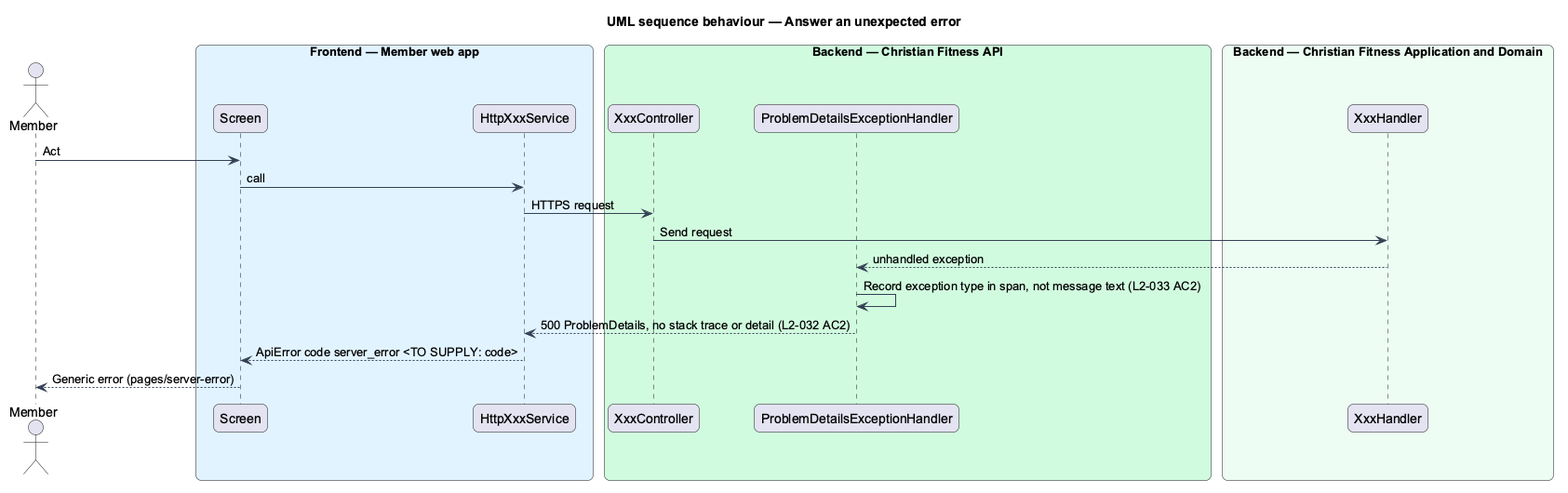
Before: docs/detailed-designs/security/validate-input/diagrams/sequence-unexpected-error.png, a diagram exported from PlantUML (QuinntyneBrown/christian-fitness).
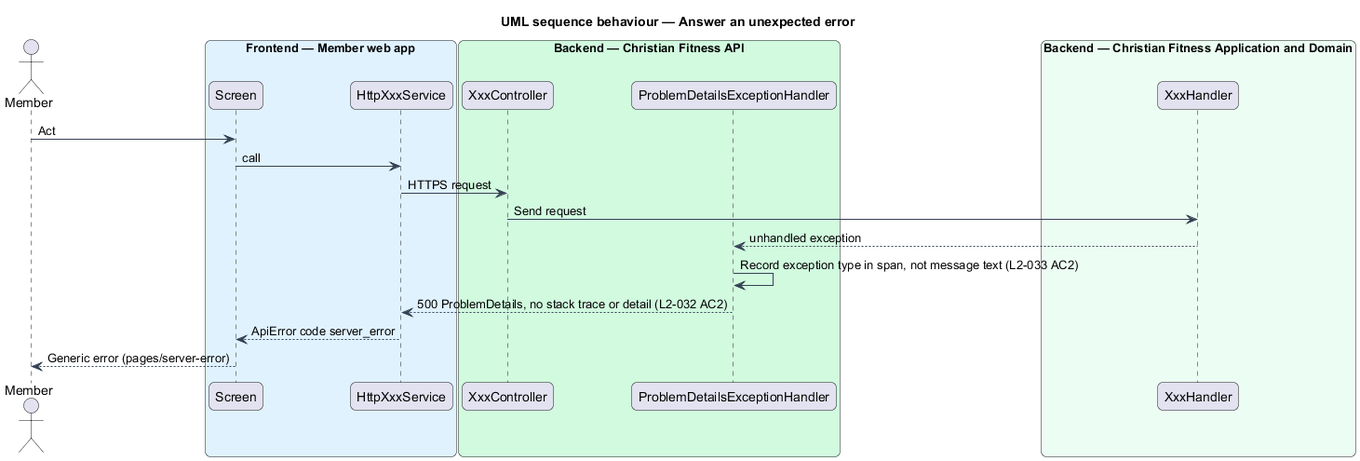
After the commit.

Diff of the diagram source:
```diff
@@ -33,6 +33,6 @@
 h --> eh : unhandled exception
 eh -> eh : Record exception type in span, not message text (L2-033 AC2)
 eh --> http : 500 ProblemDetails, no stack trace or detail (L2-032 AC2)
-http --> page : ApiError code server_error <TO SUPPLY: code>
+http --> page : ApiError code server_error
 page --> actor : Generic error (pages/server-error)
 @enduml
```
